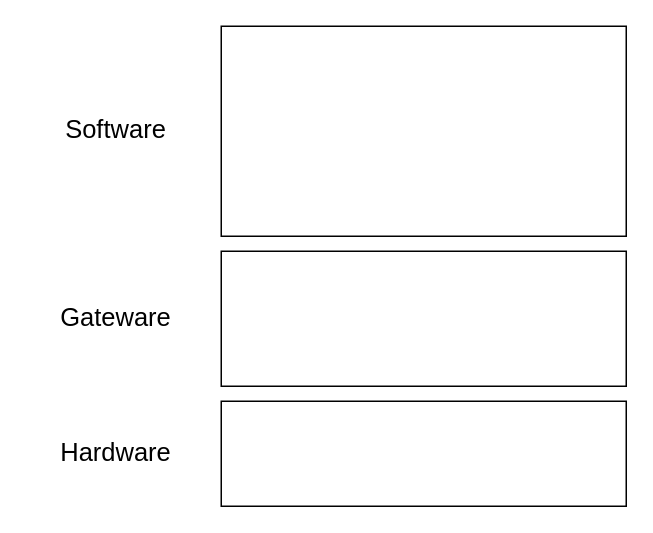
Earlier version of the draw.io diagram rnd-project.drawio (yting27/drawio-examples). Source tidied: cells renumbered, new cells numbered last; positions are measured from the earlier drawing's top-left corner, leaving out a move shared by most shapes. Both pictures are drawn from the tidied source at 150%, with x=0, y=0 at pixel (26, 26).
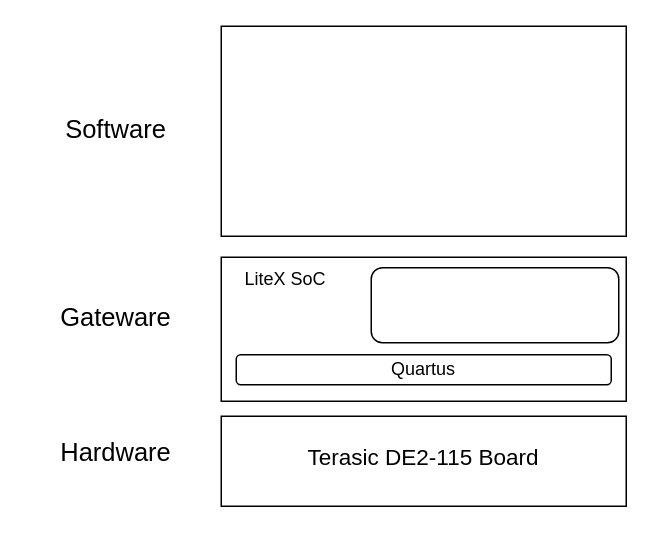
After the change.

What changed in the source:
```diff
@@
 <mxGraphModel>
   <root>
     <mxCell id="0" />
     <mxCell id="1" parent="0" />
     <mxCell id="2" style="rounded=0;whiteSpace=wrap;html=1;" parent="1" vertex="1">
       <mxGeometry x="130" width="270" height="140" as="geometry" />
     </mxCell>
     <mxCell id="3" style="rounded=0;whiteSpace=wrap;html=1;" parent="1" vertex="1">
-      <mxGeometry x="130" y="150" width="270" height="90" as="geometry" />
+      <mxGeometry x="130" y="154" width="270" height="96" as="geometry" />
     </mxCell>
-    <mxCell id="4" style="rounded=0;whiteSpace=wrap;html=1;" parent="1" vertex="1">
-      <mxGeometry x="130" y="250" width="270" height="70" as="geometry" />
+    <mxCell id="4" value="&lt;sup&gt;&lt;font style=&quot;font-size: 15px;&quot;&gt;Terasic DE2-115 Board&lt;/font&gt;&lt;/sup&gt;" style="rounded=0;whiteSpace=wrap;html=1;" parent="1" vertex="1">
+      <mxGeometry x="130" y="260" width="270" height="60" as="geometry" />
     </mxCell>
     <mxCell id="5" value="&lt;font style=&quot;font-size: 17px;&quot;&gt;Software&lt;/font&gt;" style="text;html=1;strokeColor=none;fillColor=none;align=center;verticalAlign=middle;whiteSpace=wrap;rounded=0;" parent="1" vertex="1">
       <mxGeometry y="55" width="120" height="30" as="geometry" />
     </mxCell>
     <mxCell id="6" value="&lt;font style=&quot;font-size: 17px;&quot;&gt;Gateware&lt;/font&gt;" style="text;html=1;strokeColor=none;fillColor=none;align=center;verticalAlign=middle;whiteSpace=wrap;rounded=0;" parent="1" vertex="1">
       <mxGeometry y="180" width="120" height="30" as="geometry" />
     </mxCell>
     <mxCell id="7" value="&lt;font style=&quot;font-size: 17px;&quot;&gt;Hardware&lt;/font&gt;" style="text;html=1;strokeColor=none;fillColor=none;align=center;verticalAlign=middle;whiteSpace=wrap;rounded=0;" parent="1" vertex="1">
       <mxGeometry y="270" width="120" height="30" as="geometry" />
     </mxCell>
+    <mxCell id="8" value="LiteX SoC" style="text;html=1;strokeColor=none;fillColor=none;align=center;verticalAlign=middle;whiteSpace=wrap;rounded=0;" parent="1" vertex="1">
+      <mxGeometry x="130" y="154" width="86" height="30" as="geometry" />
+    </mxCell>
+    <mxCell id="9" style="rounded=1;whiteSpace=wrap;html=1;" parent="1" vertex="1">
+      <mxGeometry x="230" y="161" width="165" height="50" as="geometry" />
+    </mxCell>
+    <mxCell id="10" value="Quartus" style="rounded=1;whiteSpace=wrap;html=1;" parent="1" vertex="1">
+      <mxGeometry x="140" y="219" width="250" height="20" as="geometry" />
+    </mxCell>
   </root>
 </mxGraphModel>
```
